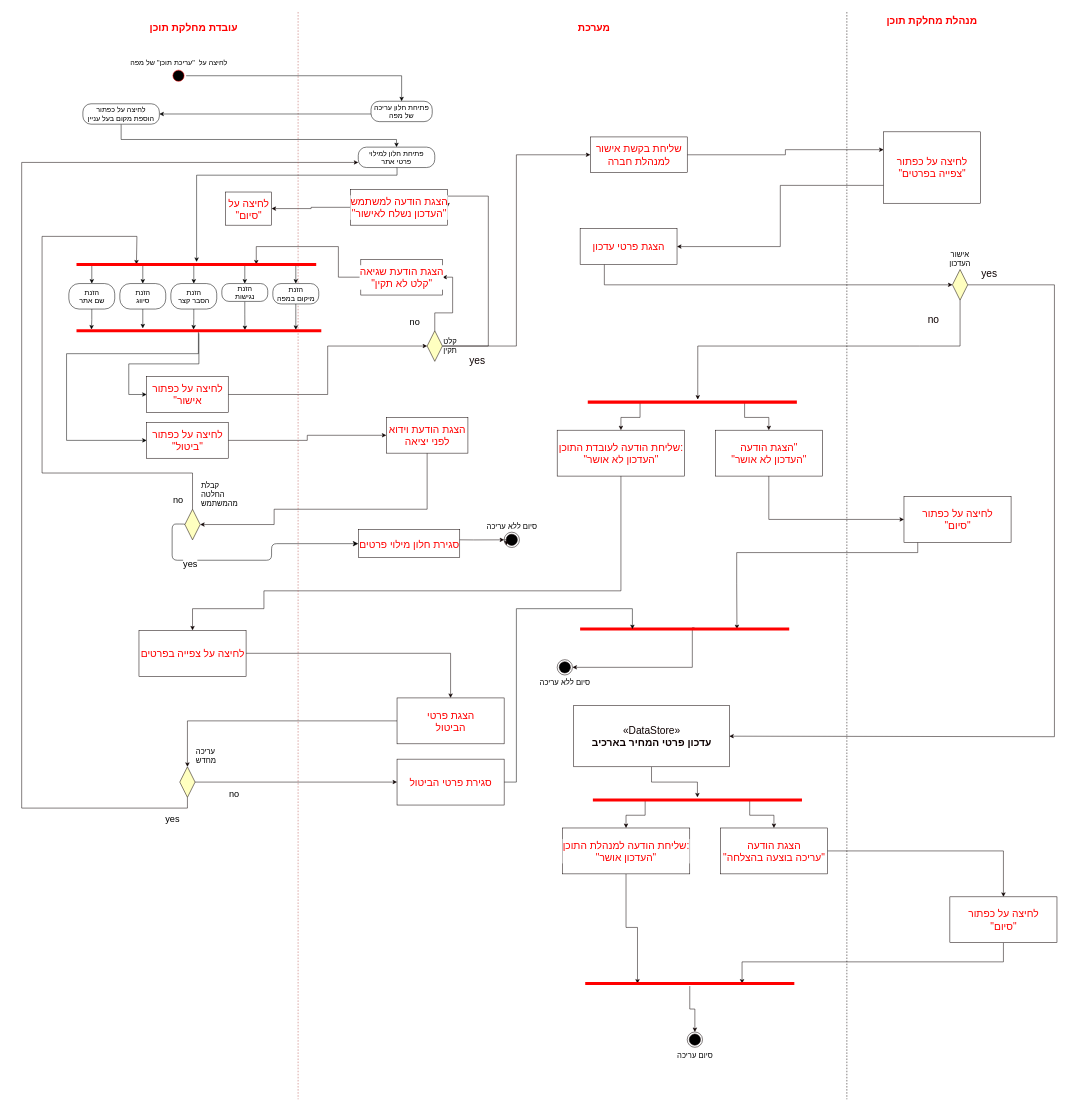
The draw.io diagram Task2/ActivityDiagram2.drawio in leeorkeynan/Software-engineering, before the edit. Source tidied: cells renumbered, new cells numbered last; positions are measured from the earlier drawing's top-left corner, leaving out a move shared by most shapes. Both pictures are drawn from the tidied source at 51%, with x=0, y=0 at pixel (21, 12).
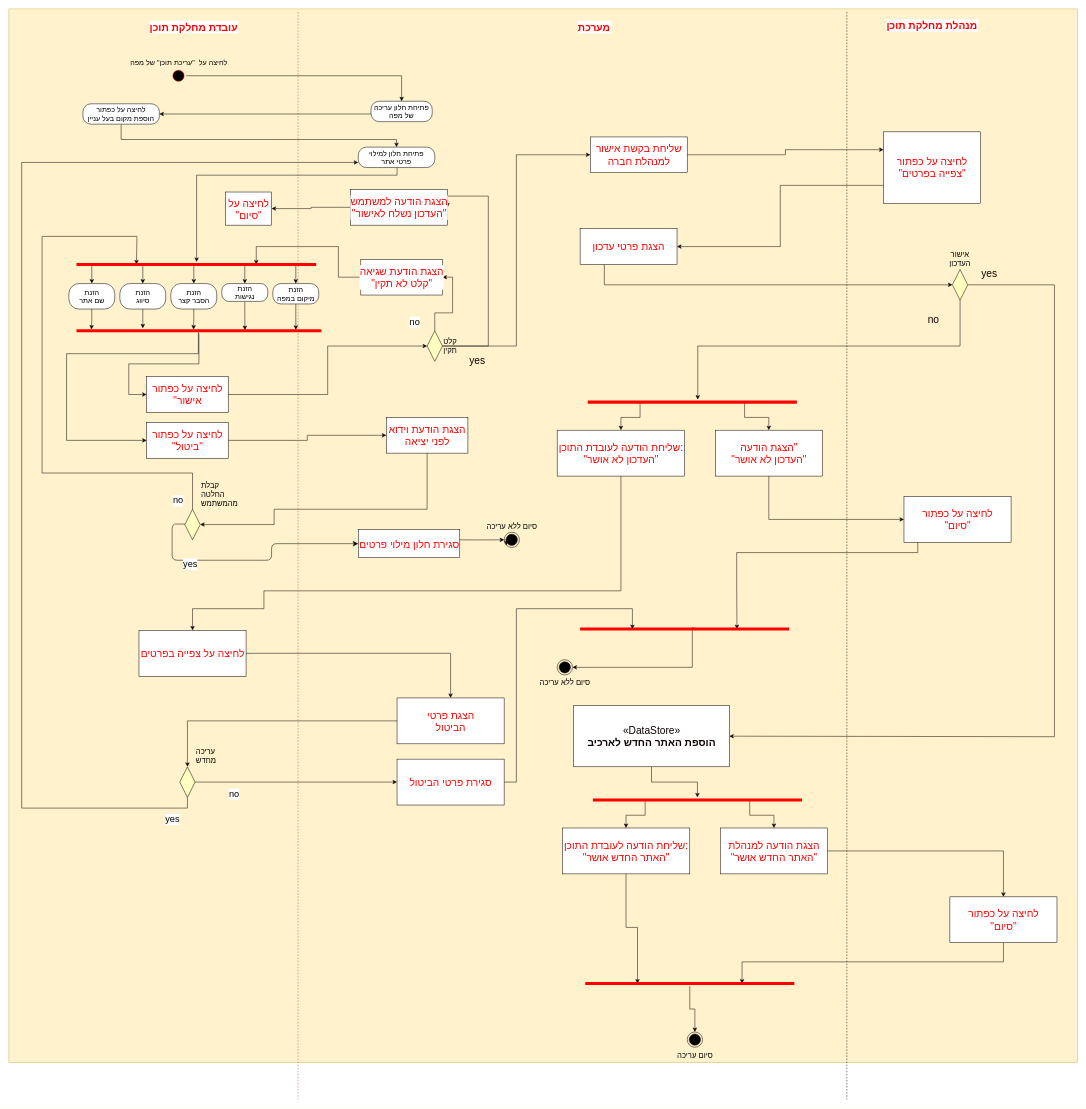
The same page after the edit.

The edit, as a diff of the source:
```diff
@@
+    <mxCell id="107" style="rounded=0;whiteSpace=wrap;html=1;direction=south;fillColor=#fff2cc;strokeColor=#d6b656;" parent="1" vertex="1">
+      <mxGeometry x="-25" y="-6" width="2095" height="2066" as="geometry" />
+    </mxCell>
@@
     <mxCell id="4" value="מנהלת מחלקת תוכן" style="text;align=center;fontStyle=1;verticalAlign=middle;spacingLeft=3;spacingRight=3;strokeColor=none;labelBackgroundColor=#ffffff;fontSize=20;fontColor=#FF0000;" parent="1" vertex="1">
-      <mxGeometry x="1745" y="2" width="80" height="26" as="geometry" />
+      <mxGeometry x="1745" y="12" width="80" height="26" as="geometry" />
     </mxCell>
@@
-    <mxCell id="41" value="«DataStore»&lt;br&gt;&lt;b&gt;עדכון פרטי המחיר בארכיב&lt;br&gt;&lt;/b&gt;" style="html=1;labelBackgroundColor=#ffffff;strokeColor=#0D0000;fontSize=20;fontColor=#0D0000;" parent="1" vertex="1">
+    <mxCell id="41" value="«DataStore»&lt;br&gt;&lt;b&gt;הוספת האתר החדש לארכיב&lt;br&gt;&lt;/b&gt;" style="html=1;labelBackgroundColor=#ffffff;strokeColor=#0D0000;fontSize=20;fontColor=#0D0000;" parent="1" vertex="1">
       <mxGeometry x="1082.5" y="1360" width="305" height="120" as="geometry" />
     </mxCell>
@@
-    <mxCell id="43" value="הצגת הודעה &lt;br&gt;&quot;עריכה בוצעה בהצלחה&quot;" style="html=1;labelBackgroundColor=#ffffff;strokeColor=#0D0000;fontSize=20;fontColor=#FF0000;" parent="1" vertex="1">
+    <mxCell id="43" value="הצגת הודעה למנהלת &lt;br&gt;&quot;האתר החדש אושר&quot;" style="html=1;labelBackgroundColor=#ffffff;strokeColor=#0D0000;fontSize=20;fontColor=#FF0000;" parent="1" vertex="1">
       <mxGeometry x="1370" y="1600" width="210" height="90" as="geometry" />
     </mxCell>
@@
-    <mxCell id="49" value="&lt;div&gt;שליחת הודעה למנהלת התוכן:&lt;/div&gt;&lt;div&gt;&quot;העדכון אושר&quot;&lt;br&gt;&lt;/div&gt;" style="html=1;labelBackgroundColor=#ffffff;strokeColor=#0D0000;fontSize=20;fontColor=#FF0000;" parent="1" vertex="1">
+    <mxCell id="49" value="&lt;div&gt;שליחת הודעה לעובדת התוכן:&lt;/div&gt;&lt;div&gt;&quot;האתר החדש אושר&quot;&lt;br&gt;&lt;/div&gt;" style="html=1;labelBackgroundColor=#ffffff;strokeColor=#0D0000;fontSize=20;fontColor=#FF0000;" parent="1" vertex="1">
       <mxGeometry x="1060" y="1600" width="250" height="90" as="geometry" />
     </mxCell>
```
